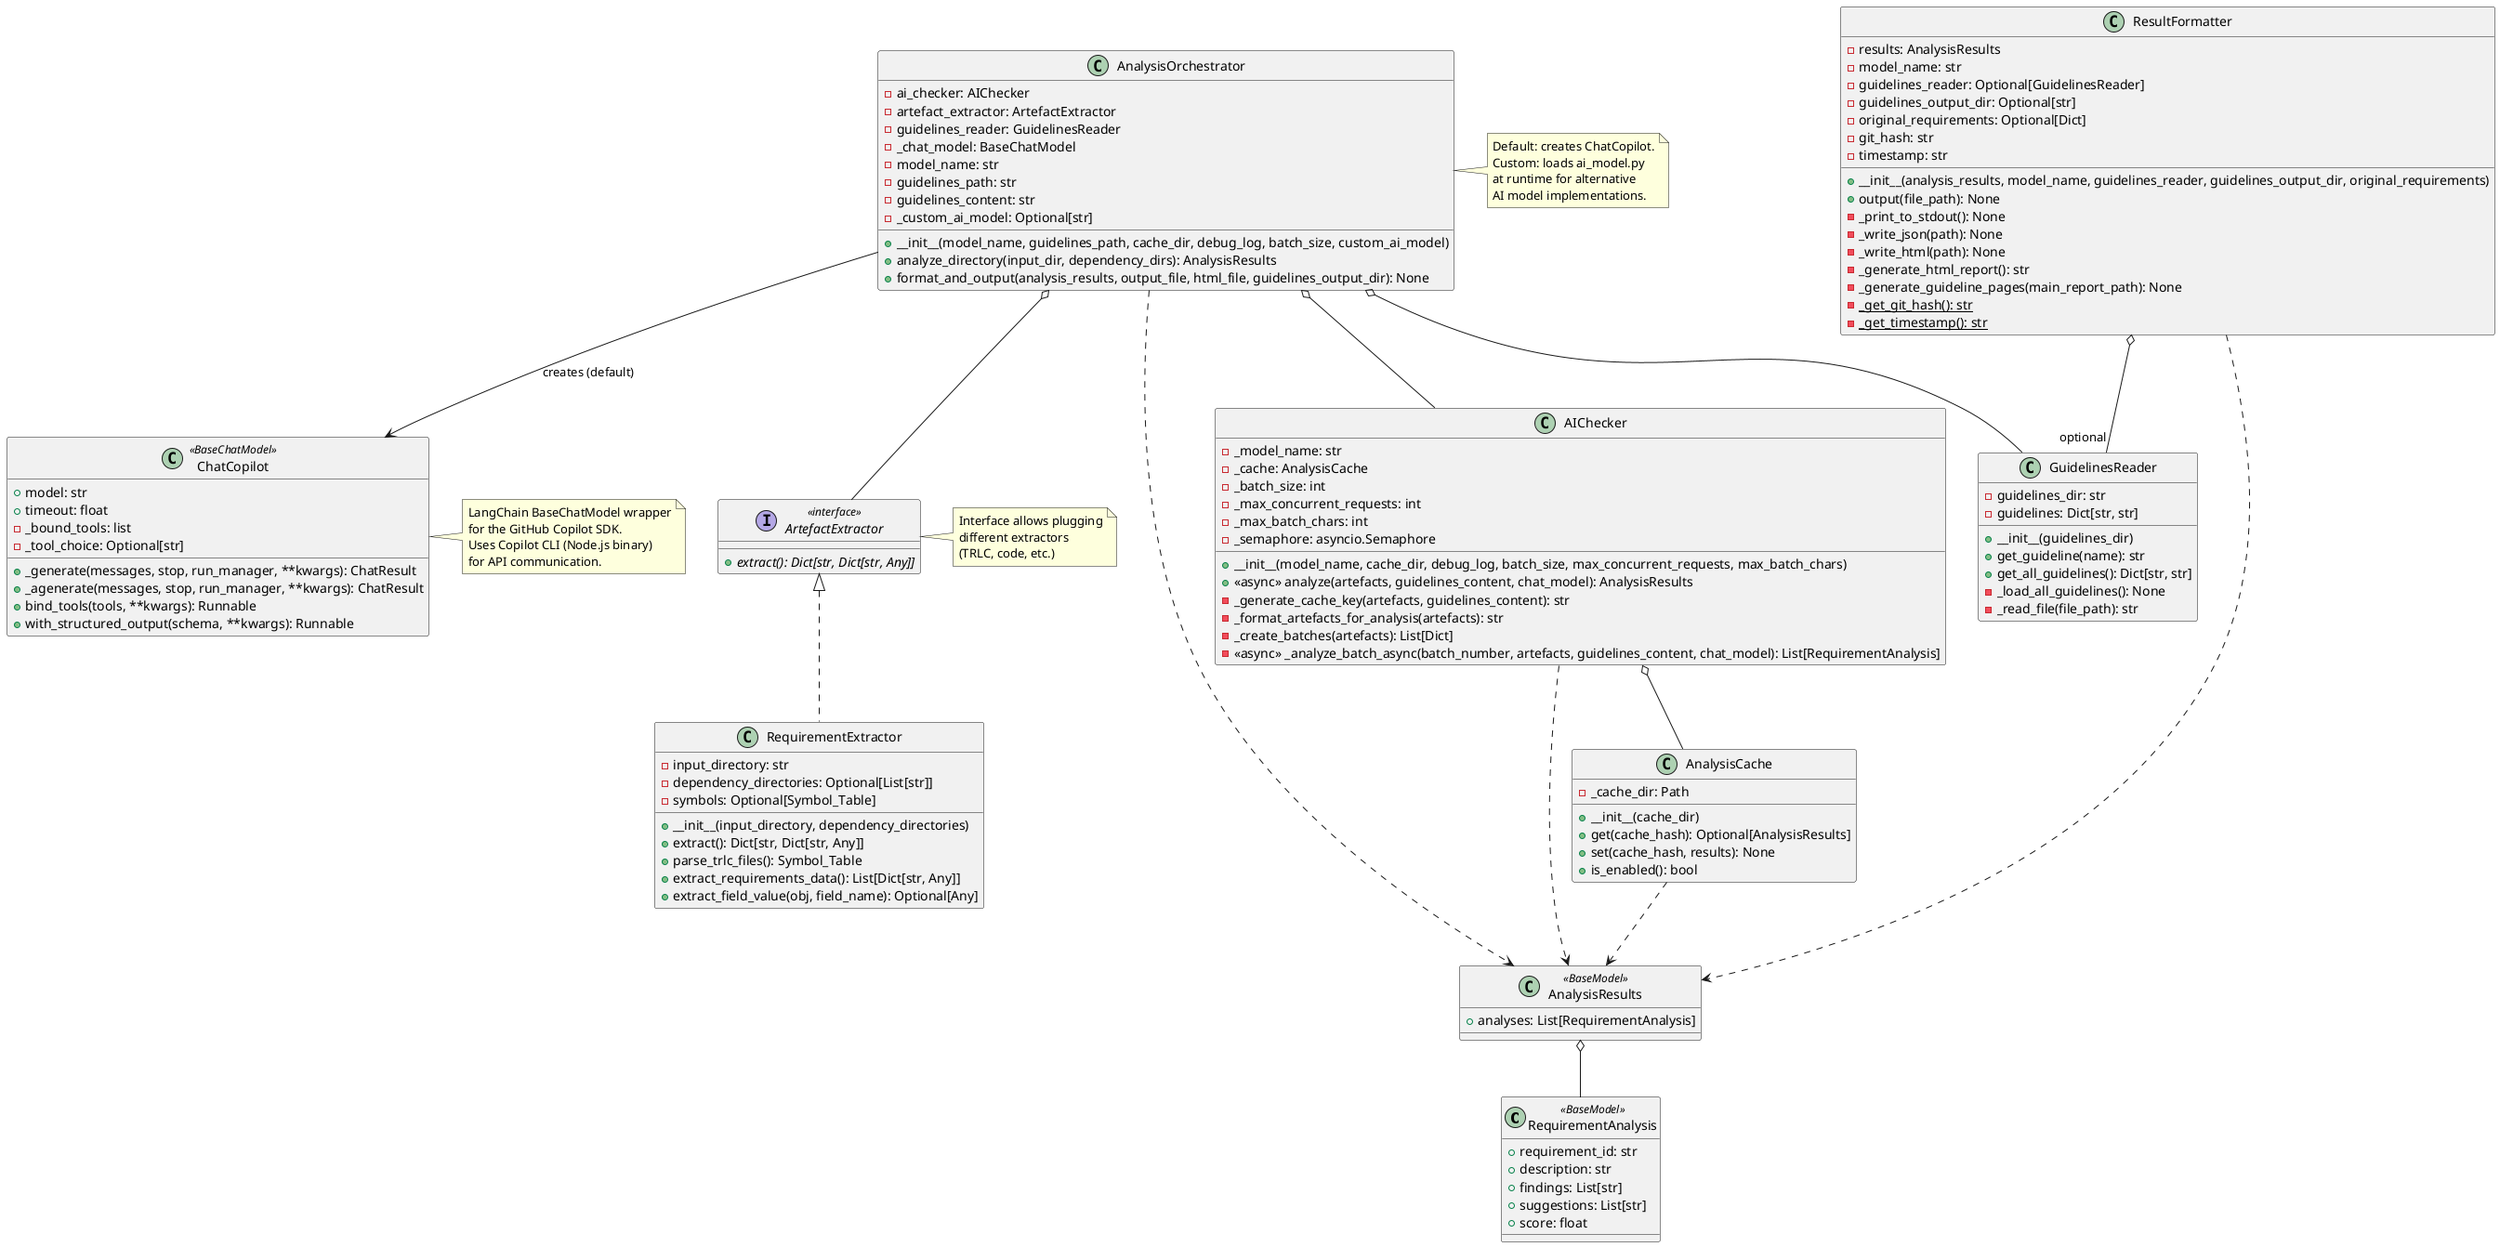
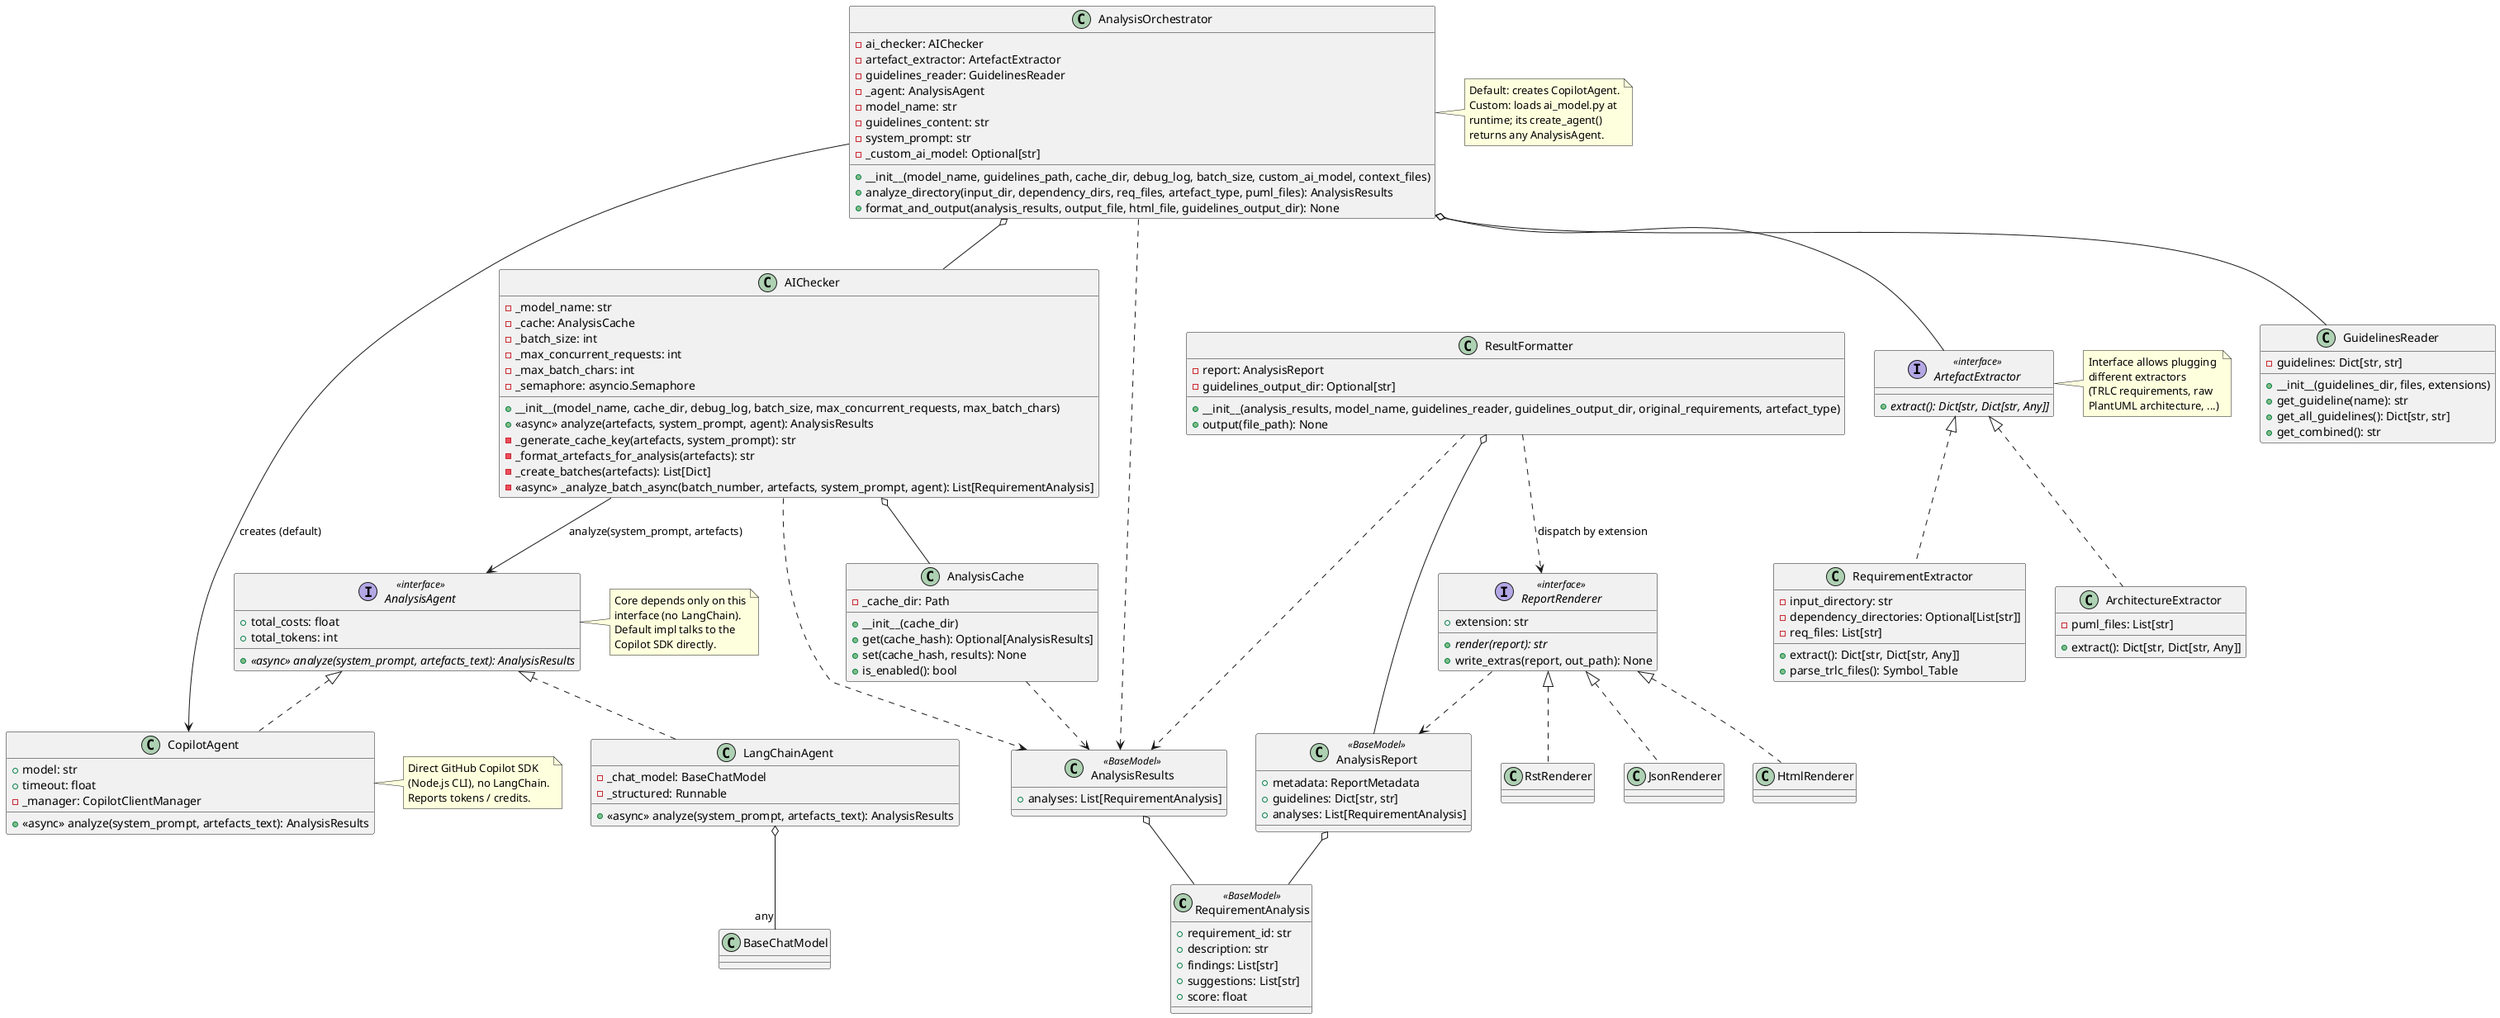
' *******************************************************************************
' Copyright (c) 2026 Contributors to the Eclipse Foundation
'
' See the NOTICE file(s) distributed with this work for additional
' information regarding copyright ownership.
'
' This program and the accompanying materials are made available under the
' terms of the Apache License Version 2.0 which is available at
' https://www.apache.org/licenses/LICENSE-2.0
'
' SPDX-License-Identifier: Apache-2.0
' *******************************************************************************

@startuml

class RequirementAnalysis <<BaseModel>> {
  +requirement_id: str
  +description: str
  +findings: List[str]
  +suggestions: List[str]
  +score: float
}

class AnalysisResults <<BaseModel>> {
  +analyses: List[RequirementAnalysis]
}

class AnalysisCache {
  -_cache_dir: Path
  +__init__(cache_dir)
  +get(cache_hash): Optional[AnalysisResults]
  +set(cache_hash, results): None
  +is_enabled(): bool
}

class AIChecker {
  -_model_name: str
  -_cache: AnalysisCache
  -_batch_size: int
  -_max_concurrent_requests: int
  -_max_batch_chars: int
  -_semaphore: asyncio.Semaphore
  +__init__(model_name, cache_dir, debug_log, batch_size, max_concurrent_requests, max_batch_chars)
-   +<<async>> analyze(artefacts, guidelines_content, chat_model): AnalysisResults
-   -_generate_cache_key(artefacts, guidelines_content): str
+   +<<async>> analyze(artefacts, system_prompt, agent): AnalysisResults
+   -_generate_cache_key(artefacts, system_prompt): str
  -_format_artefacts_for_analysis(artefacts): str
  -_create_batches(artefacts): List[Dict]
-   -<<async>> _analyze_batch_async(batch_number, artefacts, guidelines_content, chat_model): List[RequirementAnalysis]
+   -<<async>> _analyze_batch_async(batch_number, artefacts, system_prompt, agent): List[RequirementAnalysis]
}

- class ChatCopilot <<BaseChatModel>> {
+ interface AnalysisAgent <<interface>> {
+   +total_costs: float
+   +total_tokens: int
+   {abstract} +<<async>> analyze(system_prompt, artefacts_text): AnalysisResults
+ }
+ 
+ class CopilotAgent {
  +model: str
  +timeout: float
-   -_bound_tools: list
-   -_tool_choice: Optional[str]
-   +_generate(messages, stop, run_manager, **kwargs): ChatResult
-   +_agenerate(messages, stop, run_manager, **kwargs): ChatResult
-   +bind_tools(tools, **kwargs): Runnable
-   +with_structured_output(schema, **kwargs): Runnable
+   -_manager: CopilotClientManager
+   +<<async>> analyze(system_prompt, artefacts_text): AnalysisResults
+ }
+ 
+ class LangChainAgent {
+   -_chat_model: BaseChatModel
+   -_structured: Runnable
+   +<<async>> analyze(system_prompt, artefacts_text): AnalysisResults
}

interface ArtefactExtractor <<interface>> {
  {abstract} +extract(): Dict[str, Dict[str, Any]]
}

class RequirementExtractor {
  -input_directory: str
  -dependency_directories: Optional[List[str]]
-   -symbols: Optional[Symbol_Table]
-   +__init__(input_directory, dependency_directories)
+   -req_files: List[str]
  +extract(): Dict[str, Dict[str, Any]]
  +parse_trlc_files(): Symbol_Table
-   +extract_requirements_data(): List[Dict[str, Any]]
-   +extract_field_value(obj, field_name): Optional[Any]
+ }
+ 
+ class ArchitectureExtractor {
+   -puml_files: List[str]
+   +extract(): Dict[str, Dict[str, Any]]
}

class AnalysisOrchestrator {
  -ai_checker: AIChecker
  -artefact_extractor: ArtefactExtractor
  -guidelines_reader: GuidelinesReader
-   -_chat_model: BaseChatModel
+   -_agent: AnalysisAgent
  -model_name: str
-   -guidelines_path: str
  -guidelines_content: str
+   -system_prompt: str
  -_custom_ai_model: Optional[str]
-   +__init__(model_name, guidelines_path, cache_dir, debug_log, batch_size, custom_ai_model)
-   +analyze_directory(input_dir, dependency_dirs): AnalysisResults
+   +__init__(model_name, guidelines_path, cache_dir, debug_log, batch_size, custom_ai_model, context_files)
+   +analyze_directory(input_dir, dependency_dirs, req_files, artefact_type, puml_files): AnalysisResults
  +format_and_output(analysis_results, output_file, html_file, guidelines_output_dir): None
}

class GuidelinesReader {
-   -guidelines_dir: str
  -guidelines: Dict[str, str]
-   +__init__(guidelines_dir)
+   +__init__(guidelines_dir, files, extensions)
  +get_guideline(name): str
  +get_all_guidelines(): Dict[str, str]
-   -_load_all_guidelines(): None
-   -_read_file(file_path): str
+   +get_combined(): str
+ }
+ 
+ class AnalysisReport <<BaseModel>> {
+   +metadata: ReportMetadata
+   +guidelines: Dict[str, str]
+   +analyses: List[RequirementAnalysis]
}

class ResultFormatter {
-   -results: AnalysisResults
-   -model_name: str
-   -guidelines_reader: Optional[GuidelinesReader]
+   -report: AnalysisReport
  -guidelines_output_dir: Optional[str]
-   -original_requirements: Optional[Dict]
-   -git_hash: str
-   -timestamp: str
-   +__init__(analysis_results, model_name, guidelines_reader, guidelines_output_dir, original_requirements)
+   +__init__(analysis_results, model_name, guidelines_reader, guidelines_output_dir, original_requirements, artefact_type)
  +output(file_path): None
-   -_print_to_stdout(): None
-   -_write_json(path): None
-   -_write_html(path): None
-   -_generate_html_report(): str
-   -_generate_guideline_pages(main_report_path): None
-   {static} -_get_git_hash(): str
-   {static} -_get_timestamp(): str
}
+ 
+ interface ReportRenderer <<interface>> {
+   +extension: str
+   {abstract} +render(report): str
+   +write_extras(report, out_path): None
+ }
+ 
+ class JsonRenderer
+ class HtmlRenderer
+ class RstRenderer

AnalysisResults o-- RequirementAnalysis
AnalysisCache ..> AnalysisResults
AIChecker o-- AnalysisCache
AIChecker ..> AnalysisResults
+ AIChecker --> AnalysisAgent: analyze(system_prompt, artefacts)
+ AnalysisAgent <|.. CopilotAgent
+ AnalysisAgent <|.. LangChainAgent
+ LangChainAgent o-- "any" BaseChatModel
ArtefactExtractor <|.. RequirementExtractor
+ ArtefactExtractor <|.. ArchitectureExtractor
AnalysisOrchestrator o-- AIChecker
AnalysisOrchestrator o-- GuidelinesReader
AnalysisOrchestrator o-- ArtefactExtractor
- AnalysisOrchestrator --> ChatCopilot: creates (default)
+ AnalysisOrchestrator --> CopilotAgent: creates (default)
AnalysisOrchestrator ..> AnalysisResults
ResultFormatter ..> AnalysisResults
- ResultFormatter o-- "optional" GuidelinesReader
+ ResultFormatter o-- AnalysisReport
+ ResultFormatter ..> ReportRenderer: dispatch by extension
+ AnalysisReport o-- RequirementAnalysis
+ ReportRenderer <|.. JsonRenderer
+ ReportRenderer <|.. HtmlRenderer
+ ReportRenderer <|.. RstRenderer
+ ReportRenderer ..> AnalysisReport

note right of AnalysisOrchestrator
-   Default: creates ChatCopilot.
-   Custom: loads ai_model.py
-   at runtime for alternative
-   AI model implementations.
+   Default: creates CopilotAgent.
+   Custom: loads ai_model.py at
+   runtime; its create_agent()
+   returns any AnalysisAgent.
end note

- note right of ChatCopilot
-   LangChain BaseChatModel wrapper
-   for the GitHub Copilot SDK.
-   Uses Copilot CLI (Node.js binary)
-   for API communication.
+ note right of AnalysisAgent
+   Core depends only on this
+   interface (no LangChain).
+   Default impl talks to the
+   Copilot SDK directly.
+ end note
+ 
+ note right of CopilotAgent
+   Direct GitHub Copilot SDK
+   (Node.js CLI), no LangChain.
+   Reports tokens / credits.
end note

note right of ArtefactExtractor
  Interface allows plugging
  different extractors
-   (TRLC, code, etc.)
+   (TRLC requirements, raw
+   PlantUML architecture, ...)
end note

@enduml
